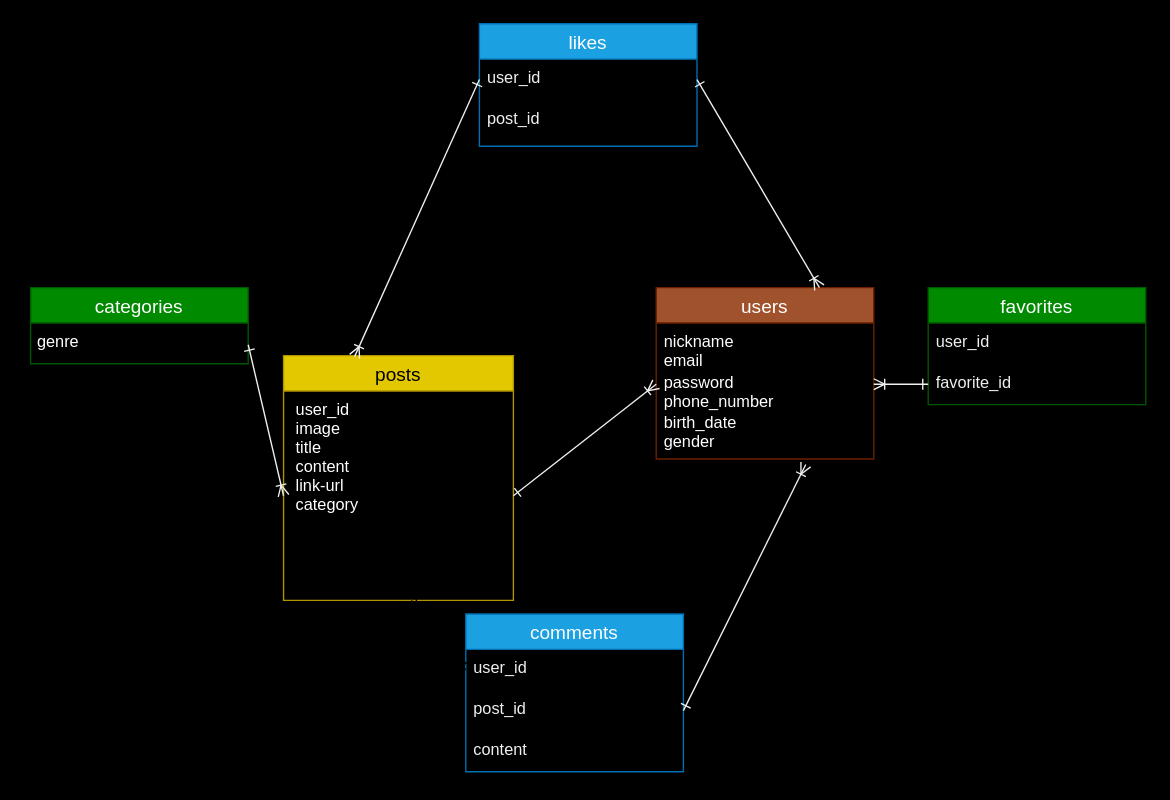
k-en7188i/original-app1 keeps this draw.io diagram as ER.dio. Above is the earlier version. Source tidied: cells renumbered, new cells numbered last; positions are measured from the earlier drawing's top-left corner, leaving out a move shared by most shapes. Both pictures are drawn from the tidied source at 136%, with x=0, y=0 at pixel (23, 23).
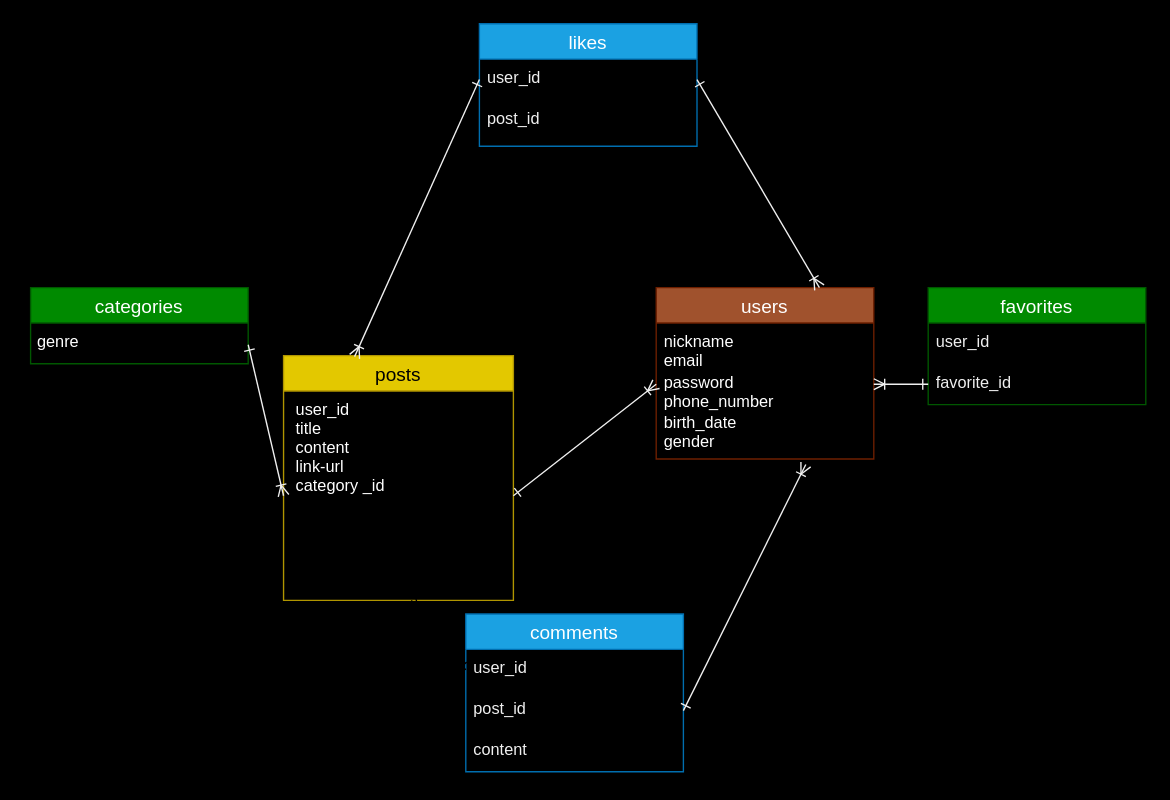
The same diagram, later.

The change refers to these unchanged cells:
```xml
<mxCell id="2" value="posts" style="swimlane;fontStyle=0;horizontal=1;startSize=26;align=center;fontSize=14;fillColor=#e3c800;fontColor=#000000;strokeColor=#B09500;" parent="1" vertex="1">
  <mxGeometry x="191" y="244" width="169" height="180" as="geometry" />
</mxCell>
```

Change to the diagram source:
```diff
@@
-    <mxCell id="3" value=" user_id&#10; image&#10; title &#10; content&#10; link-url&#10; category  &#10;  " style="text;strokeColor=none;fillColor=none;spacingLeft=4;spacingRight=4;overflow=hidden;points=[[0,0.5],[1,0.5]];portConstraint=eastwest;fontSize=12;fontColor=#FFFFFF;" parent="2" vertex="1">
+    <mxCell id="3" value=" user_id&#10; title &#10; content&#10; link-url&#10; category _id&#10;  " style="text;strokeColor=none;fillColor=none;spacingLeft=4;spacingRight=4;overflow=hidden;points=[[0,0.5],[1,0.5]];portConstraint=eastwest;fontSize=12;fontColor=#FFFFFF;" parent="2" vertex="1">
       <mxGeometry y="26" width="169" height="154" as="geometry" />
     </mxCell>
```
